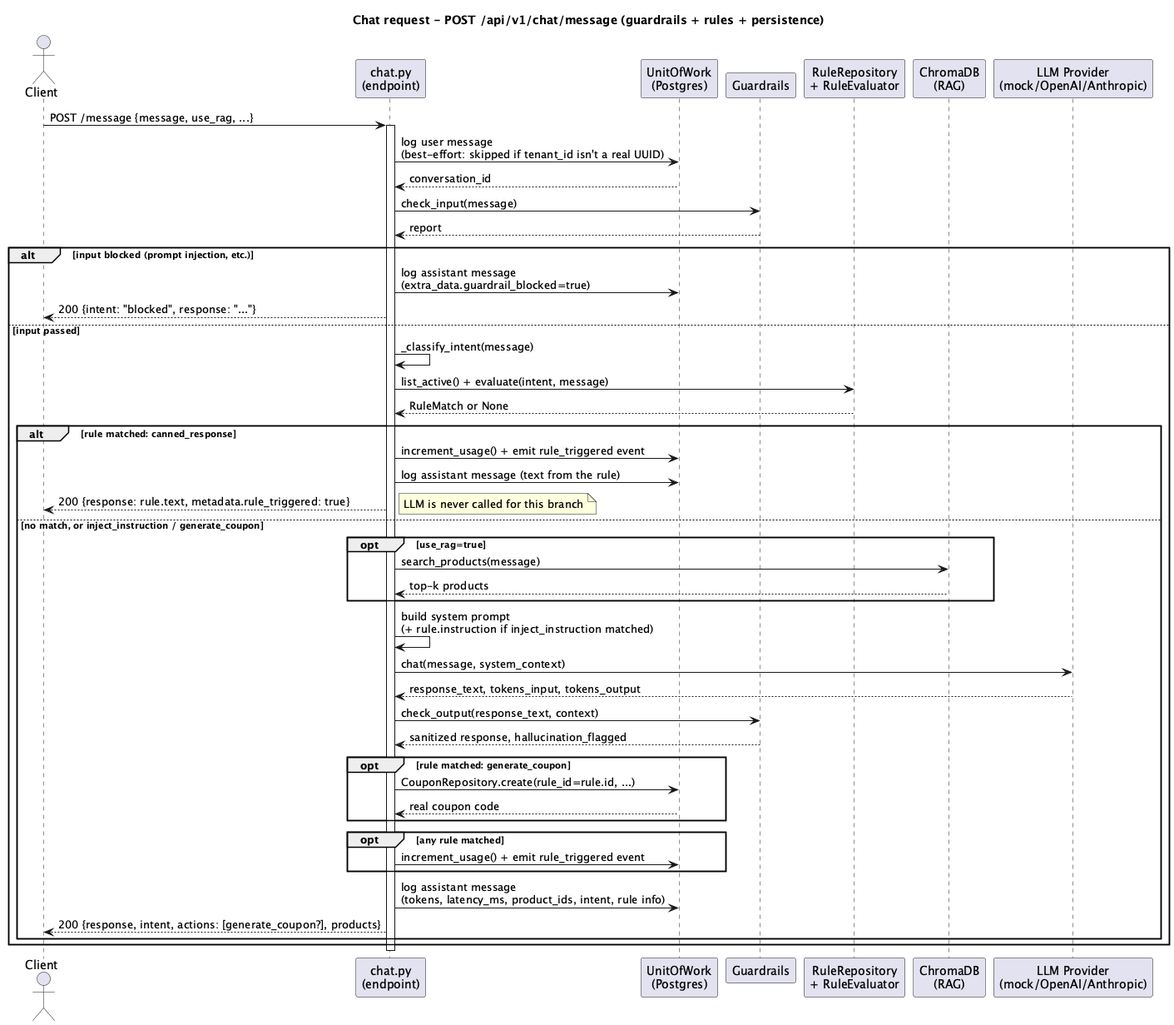
The PlantUML diagram docs/diagrams/Sequence_Chat.png in WnOussama/ecommerce-ai-platform, before a commit.
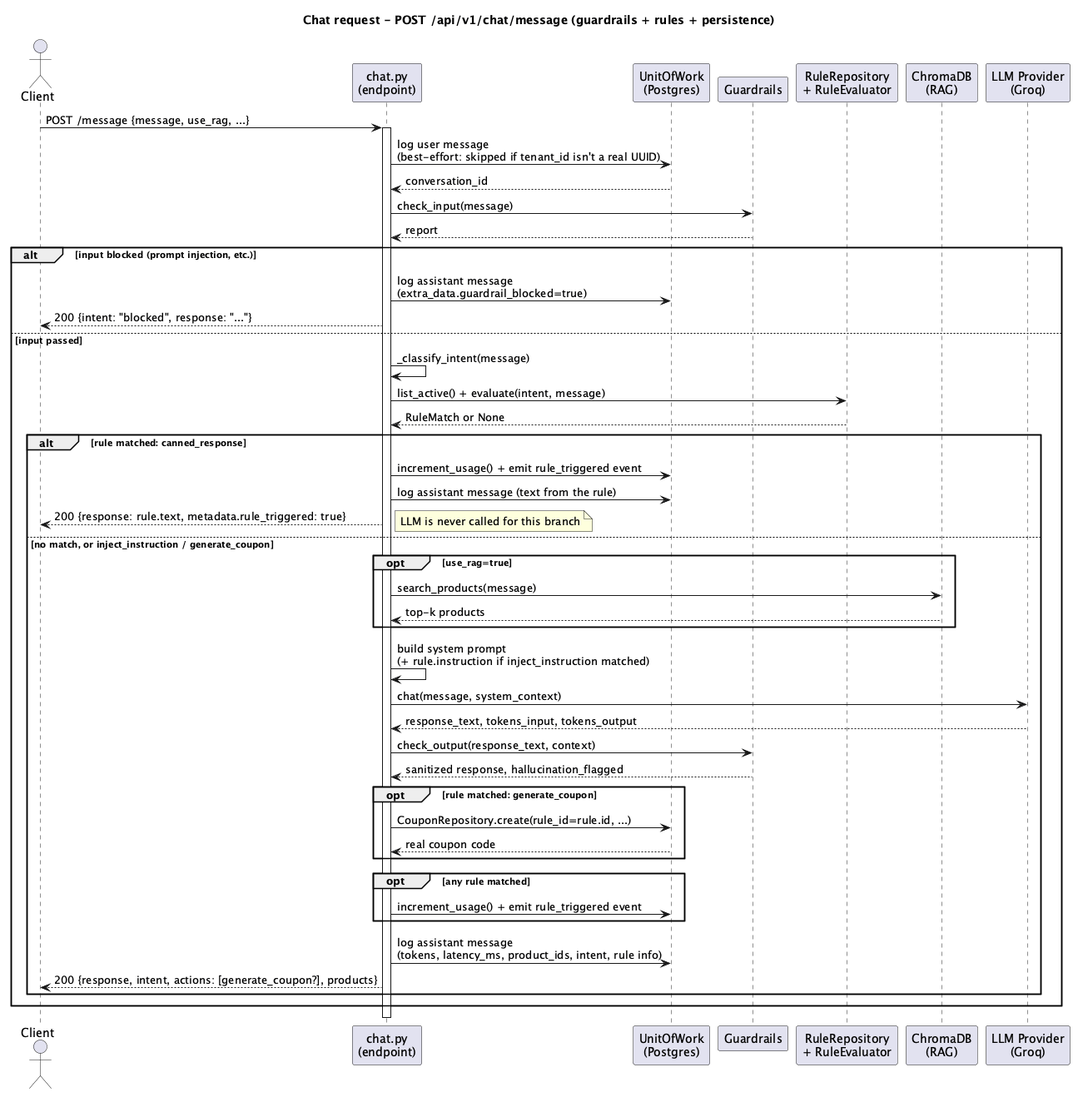
The same file after the commit.

Change to the diagram source:
```diff
@@ -8,7 +8,7 @@
 participant "Guardrails" as Guard
 participant "RuleRepository\n+ RuleEvaluator" as Rules
 participant "ChromaDB\n(RAG)" as RAG
-participant "LLM Provider\n(mock/OpenAI/Anthropic)" as LLM
+participant "LLM Provider\n(Groq)" as LLM
 
 Client -> API: POST /message {message, use_rag, ...}
 activate API
```
